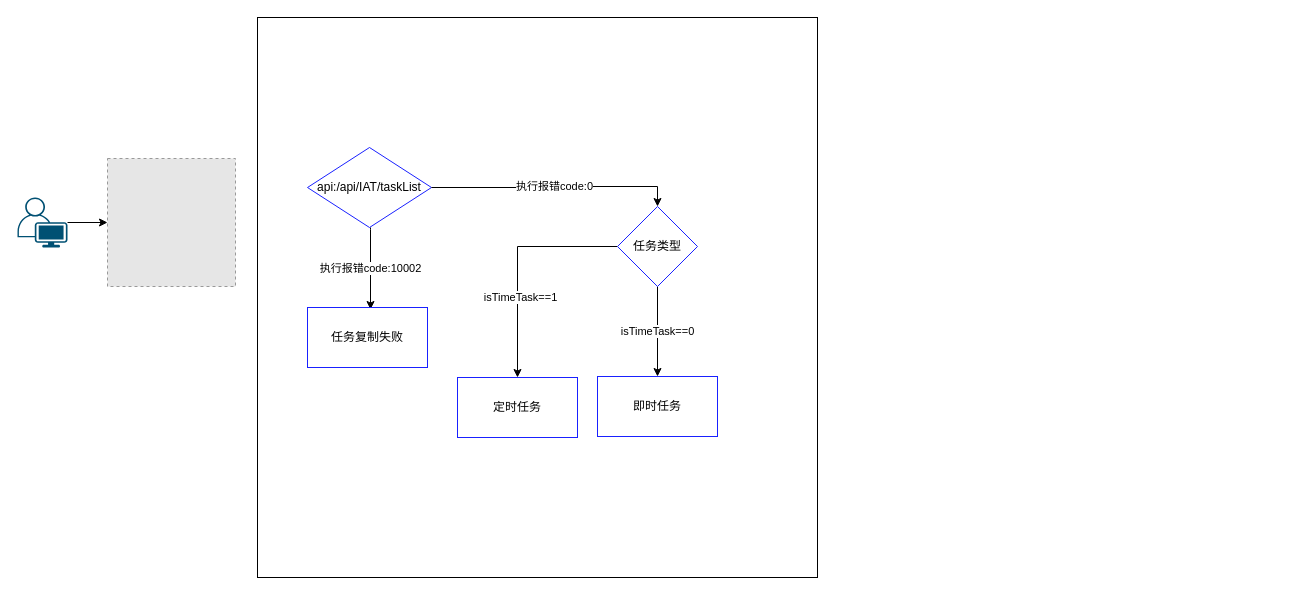
Earlier version of the draw.io diagram Untitled Diagram.drawio (Jessicajq/iatbackend). Source tidied: cells renumbered, new cells numbered last; positions are measured from the earlier drawing's top-left corner, leaving out a move shared by most shapes. Both pictures are drawn from the tidied source at 100%, with x=0, y=0 at pixel (17, 17). Pictures stored in the file or linked from it are replaced by grey dashed boxes.
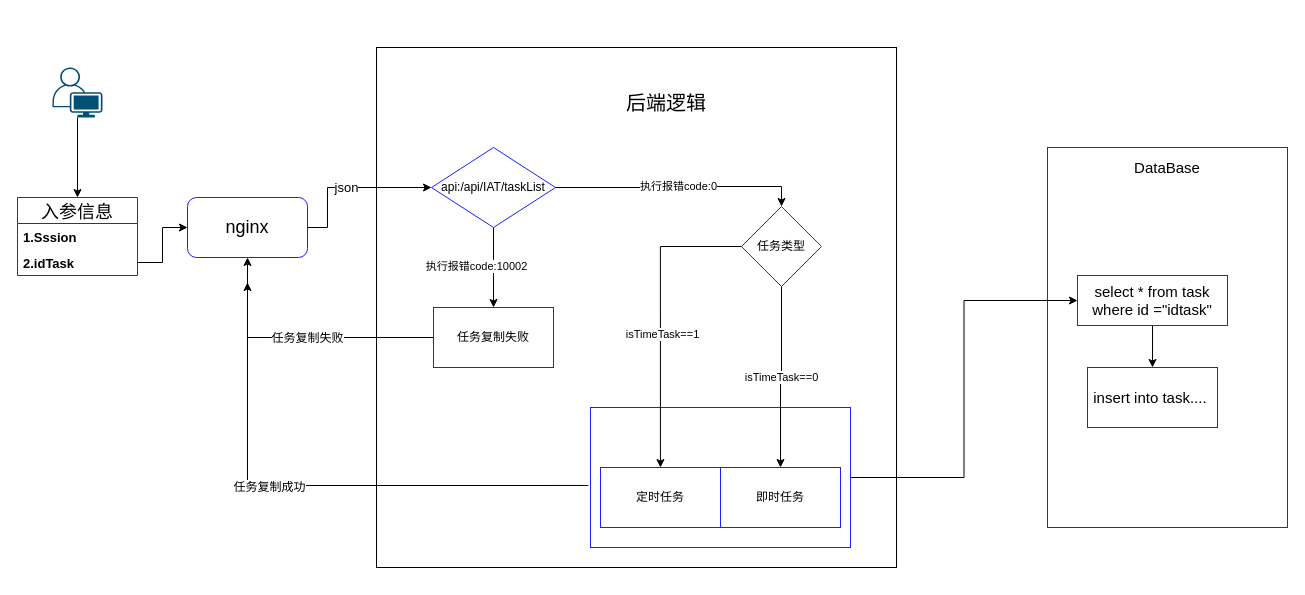
After the change.

Change to the diagram source:
```diff
@@
-    <mxCell id="6" style="edgeStyle=orthogonalEdgeStyle;rounded=0;jettySize=auto;html=1;" parent="1" edge="1" source="7" target="8">
-      <mxGeometry relative="1" as="geometry" />
-    </mxCell>
+    <mxCell id="20" style="edgeStyle=orthogonalEdgeStyle;rounded=0;jettySize=auto;html=1;fontSize=13;entryX=0.5;entryY=0;entryDx=0;entryDy=0;" parent="1" edge="1" source="7" target="31">
+      <mxGeometry relative="1" as="geometry" />
+    </mxCell>
     <mxCell id="7" style="points=[[0.35,0,0],[0.98,0.51,0],[1,0.71,0],[0.67,1,0],[0,0.795,0],[0,0.65,0]];verticalLabelPosition=bottom;html=1;verticalAlign=top;align=center;shape=mxgraph.cisco19.user;fillColor=#005073;strokeColor=none;" parent="1" vertex="1">
-      <mxGeometry y="180" width="50" height="50" as="geometry" />
+      <mxGeometry x="35" y="50" width="50" height="50" as="geometry" />
     </mxCell>
-    <mxCell id="8" style="fillColor=#E6E6E6;strokeColor=#999999;dashed=1;html=1;verticalAlign=top;verticalLabelPosition=bottom;labelBackgroundColor=#ffffff;" parent="1" vertex="1">
-      <mxGeometry x="90" y="141" width="128" height="128" as="geometry" />
-    </mxCell>
     <mxCell id="9" style="whiteSpace=wrap;html=1;" parent="1" vertex="1">
-      <mxGeometry x="240" width="560" height="560" as="geometry" />
+      <mxGeometry x="359" y="30" width="520" height="520" as="geometry" />
     </mxCell>
-    <mxCell id="10" value="执行报错code:10002" style="edgeStyle=orthogonalEdgeStyle;rounded=0;orthogonalLoop=1;jettySize=auto;html=1;" parent="1" edge="1">
-      <mxGeometry relative="1" as="geometry">
-        <mxPoint x="353" y="210" as="sourcePoint" />
-        <mxPoint x="353" y="292" as="targetPoint" />
-        <Array as="points">
-          <mxPoint x="353" y="212" />
-          <mxPoint x="353" y="212" />
-        </Array>
-      </mxGeometry>
+    <mxCell id="10" value="执行报错code:10002" style="edgeStyle=orthogonalEdgeStyle;rounded=0;jettySize=auto;html=1;exitX=0.5;exitY=1;exitDx=0;exitDy=0;entryX=0.5;entryY=0;entryDx=0;entryDy=0;" parent="1" edge="1" source="12" target="11">
+      <mxGeometry x="-0.02" y="-17" relative="1" as="geometry" />
     </mxCell>
+    <mxCell id="21" style="edgeStyle=orthogonalEdgeStyle;rounded=0;jettySize=auto;html=1;fontSize=20;" parent="1" edge="1" source="11">
+      <mxGeometry relative="1" as="geometry">
+        <mxPoint x="230" y="265" as="targetPoint" />
+        <Array as="points">
+          <mxPoint x="230" y="320" />
+          <mxPoint x="230" y="265" />
+        </Array>
+      </mxGeometry>
+    </mxCell>
+    <mxCell id="22" value="任务复制失败" style="edgeLabel;html=1;align=center;verticalAlign=middle;fontSize=12;" parent="21" vertex="1">
+      <mxGeometry x="-0.06" y="-2" relative="1" as="geometry">
+        <mxPoint x="-14" y="2" as="offset" />
+      </mxGeometry>
+    </mxCell>
     <mxCell id="11" value="任务复制失败" style="whiteSpace=wrap;html=1;rounded=0;strokeColor=#1921FF;" parent="1" vertex="1">
-      <mxGeometry x="290" y="290" width="120" height="60" as="geometry" />
+      <mxGeometry x="416" y="290" width="120" height="60" as="geometry" />
     </mxCell>
     <mxCell id="12" value="&lt;span&gt;api:/api/IAT/taskList&lt;/span&gt;" style="rhombus;whiteSpace=wrap;html=1;strokeColor=#1921FF;" parent="1" vertex="1">
-      <mxGeometry x="290" y="130" width="124" height="80" as="geometry" />
+      <mxGeometry x="414" y="130" width="124" height="80" as="geometry" />
     </mxCell>
@@
-    <mxCell id="14" style="edgeStyle=orthogonalEdgeStyle;rounded=0;jettySize=auto;html=1;" parent="1" edge="1" source="17" target="18">
-      <mxGeometry relative="1" as="geometry" />
-    </mxCell>
+    <mxCell id="17" value="任务类型" style="rhombus;whiteSpace=wrap;html=1;strokeColor=#1921FF;" parent="1" vertex="1">
+      <mxGeometry x="724" y="189" width="80" height="80" as="geometry" />
+    </mxCell>
+    <mxCell id="23" value="后端逻辑" style="text;html=1;strokeColor=none;fillColor=none;align=center;verticalAlign=middle;whiteSpace=wrap;rounded=0;fontSize=20;" parent="1" vertex="1">
+      <mxGeometry x="594" y="70" width="110" height="30" as="geometry" />
+    </mxCell>
+    <mxCell id="24" style="rounded=0;whiteSpace=wrap;html=1;strokeColor=#1921FF;" parent="1" vertex="1">
+      <mxGeometry x="573" y="390" width="260" height="140" as="geometry" />
+    </mxCell>
+    <mxCell id="19" value="即时任务" style="whiteSpace=wrap;html=1;strokeColor=#1921FF;" parent="1" vertex="1">
+      <mxGeometry x="703" y="450" width="120" height="60" as="geometry" />
+    </mxCell>
+    <mxCell id="18" value="定时任务" style="whiteSpace=wrap;html=1;strokeColor=#1921FF;" parent="1" vertex="1">
+      <mxGeometry x="583" y="450" width="120" height="60" as="geometry" />
+    </mxCell>
+    <mxCell id="25" style="edgeStyle=orthogonalEdgeStyle;rounded=0;jettySize=auto;html=1;entryX=0.269;entryY=0.429;entryDx=0;entryDy=0;entryPerimeter=0;" parent="1" edge="1" source="17" target="24">
+      <mxGeometry relative="1" as="geometry">
+        <Array as="points">
+          <mxPoint x="643" y="229" />
+        </Array>
+      </mxGeometry>
+    </mxCell>
-    <mxCell id="15" value="isTimeTask==1" style="edgeLabel;html=1;align=center;verticalAlign=middle;" parent="14" vertex="1">
-      <mxGeometry x="0.3" y="2" relative="1" as="geometry" />
+    <mxCell id="15" value="isTimeTask==1" style="edgeLabel;html=1;align=center;verticalAlign=middle;" parent="25" vertex="1">
+      <mxGeometry x="0.12" y="2" relative="1" as="geometry" />
     </mxCell>
@@
-    <mxCell id="17" value="任务类型" style="rhombus;whiteSpace=wrap;html=1;strokeColor=#1921FF;" parent="1" vertex="1">
-      <mxGeometry x="600" y="189" width="80" height="80" as="geometry" />
-    </mxCell>
-    <mxCell id="18" value="定时任务" style="whiteSpace=wrap;html=1;strokeColor=#1921FF;" parent="1" vertex="1">
-      <mxGeometry x="440" y="360" width="120" height="60" as="geometry" />
-    </mxCell>
-    <mxCell id="19" value="即时任务" style="whiteSpace=wrap;html=1;strokeColor=#1921FF;" parent="1" vertex="1">
-      <mxGeometry x="580" y="359" width="120" height="60" as="geometry" />
-    </mxCell>
+    <mxCell id="26" style="edgeStyle=orthogonalEdgeStyle;rounded=0;jettySize=auto;html=1;exitX=-0.008;exitY=0.557;exitDx=0;exitDy=0;exitPerimeter=0;entryX=0.5;entryY=1;entryDx=0;entryDy=0;entryPerimeter=0;" parent="1" edge="1" source="24" target="28">
+      <mxGeometry relative="1" as="geometry">
+        <Array as="points">
+          <mxPoint x="230" y="468" />
+        </Array>
+      </mxGeometry>
+    </mxCell>
+    <mxCell id="27" value="任务复制成功" style="edgeLabel;html=1;align=center;verticalAlign=middle;fontSize=12;" parent="26" vertex="1">
+      <mxGeometry x="0.12" y="2" relative="1" as="geometry" />
+    </mxCell>
+    <mxCell id="28" value="nginx" style="rounded=1;whiteSpace=wrap;html=1;fontSize=18;strokeColor=#1921FF;" parent="1" vertex="1">
+      <mxGeometry x="170" y="180" width="120" height="60" as="geometry" />
+    </mxCell>
+    <mxCell id="29" style="edgeStyle=orthogonalEdgeStyle;rounded=0;jettySize=auto;html=1;fontSize=12;entryX=0;entryY=0.5;entryDx=0;entryDy=0;exitX=1;exitY=0.5;exitDx=0;exitDy=0;" parent="1" edge="1" source="28" target="12">
+      <mxGeometry relative="1" as="geometry">
+        <Array as="points">
+          <mxPoint x="310" y="210" />
+          <mxPoint x="310" y="170" />
+        </Array>
+      </mxGeometry>
+    </mxCell>
+    <mxCell id="30" value="json" style="edgeLabel;html=1;align=center;verticalAlign=middle;fontSize=13;" parent="29" vertex="1">
+      <mxGeometry x="-0.05" y="1" relative="1" as="geometry" />
+    </mxCell>
+    <mxCell id="31" value="入参信息" style="swimlane;fontStyle=0;horizontal=1;startSize=26;fontSize=18;strokeColor=#1921FF;" parent="1" vertex="1">
+      <mxGeometry y="180" width="120" height="78" as="geometry" />
+    </mxCell>
+    <mxCell id="32" value="1.Sssion" style="text;strokeColor=none;fillColor=none;align=left;verticalAlign=top;spacingLeft=4;spacingRight=4;overflow=hidden;fontSize=13;fontStyle=1;" parent="31" vertex="1">
+      <mxGeometry y="26" width="120" height="26" as="geometry" />
+    </mxCell>
+    <mxCell id="33" value="2.idTask" style="text;strokeColor=none;fillColor=none;align=left;verticalAlign=top;spacingLeft=4;spacingRight=4;overflow=hidden;points=[[0,0.5],[1,0.5]];portConstraint=eastwest;fontStyle=1;fontSize=13;" parent="31" vertex="1">
+      <mxGeometry y="52" width="120" height="26" as="geometry" />
+    </mxCell>
+    <mxCell id="34" style="edgeStyle=orthogonalEdgeStyle;rounded=0;jettySize=auto;html=1;entryX=0;entryY=0.5;entryDx=0;entryDy=0;fontSize=18;" parent="1" edge="1" source="33" target="28">
+      <mxGeometry relative="1" as="geometry" />
+    </mxCell>
+    <mxCell id="35" style="rounded=0;whiteSpace=wrap;html=1;strokeColor=#1921FF;" parent="1" vertex="1">
+      <mxGeometry x="1030" y="130" width="240" height="380" as="geometry" />
+    </mxCell>
+    <mxCell id="36" value="DataBase" style="text;html=1;strokeColor=none;fillColor=none;align=center;verticalAlign=middle;whiteSpace=wrap;rounded=0;fontSize=15;" parent="1" vertex="1">
+      <mxGeometry x="1130" y="140" width="40" height="20" as="geometry" />
+    </mxCell>
+    <mxCell id="37" style="edgeStyle=orthogonalEdgeStyle;rounded=0;jettySize=auto;html=1;fontSize=15;" parent="1" edge="1" source="38" target="40">
+      <mxGeometry relative="1" as="geometry" />
+    </mxCell>
+    <mxCell id="38" value="select * from task where id =&quot;idtask&quot;" style="rounded=0;whiteSpace=wrap;html=1;fontSize=15;strokeColor=#1921FF;" parent="1" vertex="1">
+      <mxGeometry x="1060" y="258" width="150" height="50" as="geometry" />
+    </mxCell>
+    <mxCell id="39" style="edgeStyle=orthogonalEdgeStyle;rounded=0;jettySize=auto;html=1;fontSize=13;entryX=0;entryY=0.5;entryDx=0;entryDy=0;" parent="1" edge="1" source="24" target="38">
+      <mxGeometry relative="1" as="geometry" />
+    </mxCell>
+    <mxCell id="40" value="insert into task....&amp;nbsp;" style="whiteSpace=wrap;html=1;rounded=0;fontSize=15;strokeColor=#1921FF;" parent="1" vertex="1">
+      <mxGeometry x="1070" y="350" width="130" height="60" as="geometry" />
+    </mxCell>
```
